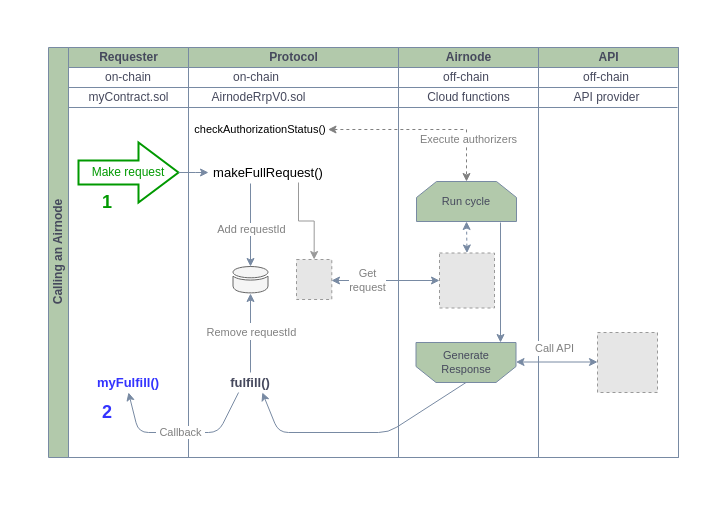
The draw.io diagram docs/reference/airnode/latest/assets/diagrams/call-an-airnode.drawio in api3dao/vitepress-docs, before the edit. Source tidied: cells renumbered, new cells numbered last; positions are measured from the earlier drawing's top-left corner, leaving out a move shared by most shapes. Both pictures are drawn from the tidied source at 100%, with x=0, y=0 at pixel (48, 47). Pictures stored in the file or linked from it are replaced by grey dashed boxes.
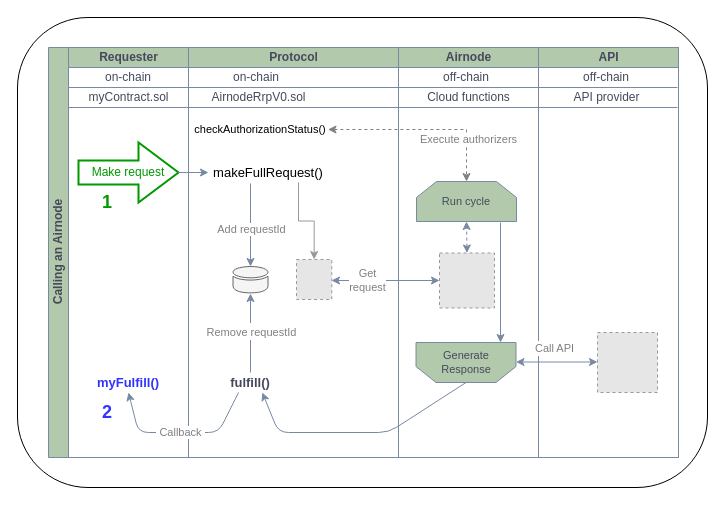
Above is the later version.

Change to the diagram source:
```diff
@@
+    <mxCell id="45" style="rounded=1;whiteSpace=wrap;html=1;labelBackgroundColor=default;" parent="1" vertex="1">
+      <mxGeometry x="-31" y="-30" width="690" height="470" as="geometry" />
+    </mxCell>
```
